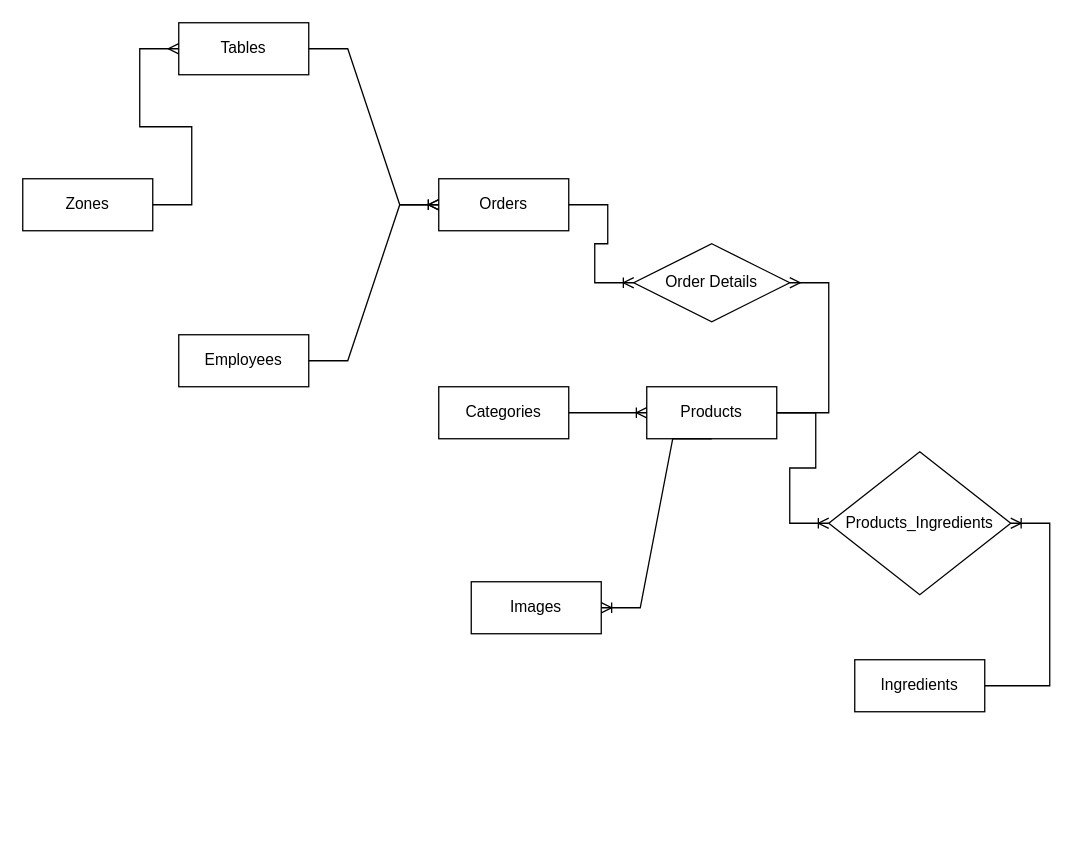
Above: Untitled Diagram.drawio in thanhdatho0/Coffee_Shop_Api (draw.io), before the change. Source tidied: cells renumbered, new cells numbered last; positions are measured from the earlier drawing's top-left corner, leaving out a move shared by most shapes. Both pictures are drawn from the tidied source at 130%, with x=0, y=0 at pixel (22, 22).
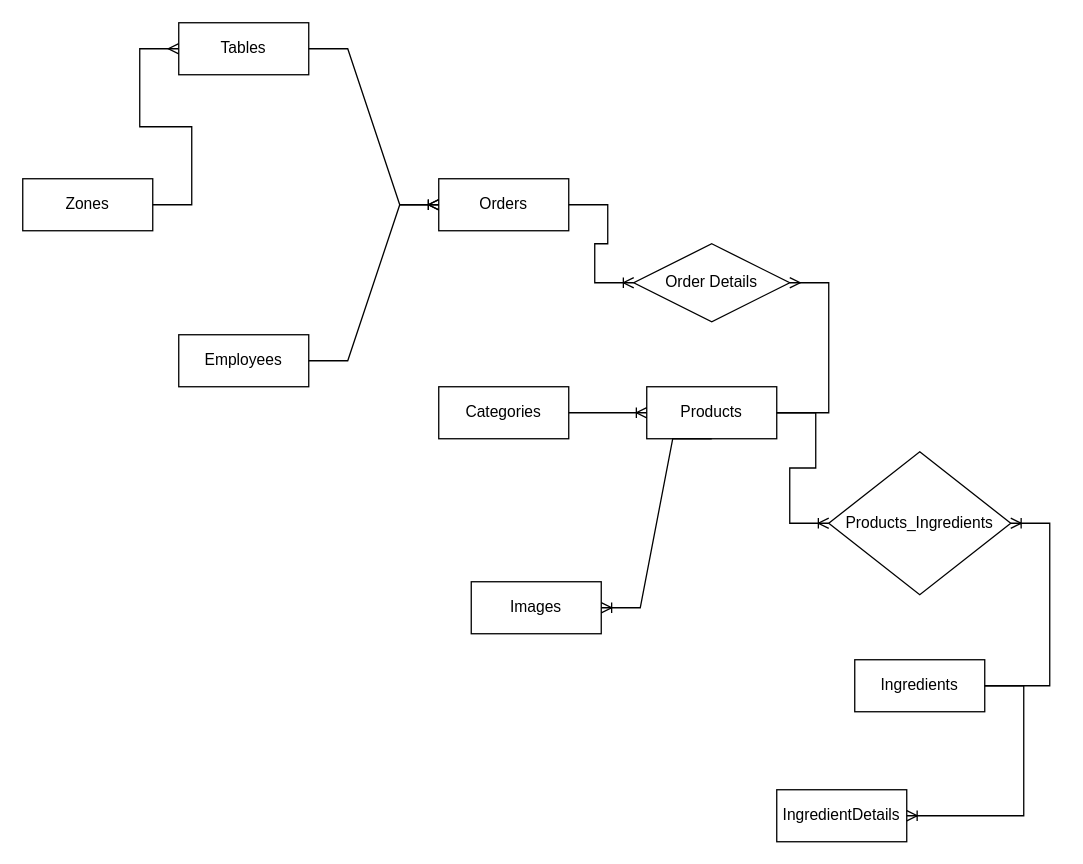
Above is the later version.

Unchanged cells that the change refers to:
```xml
<mxCell id="16" value="Ingredients" style="whiteSpace=wrap;html=1;align=center;" parent="1" vertex="1">
  <mxGeometry x="640" y="490" width="100" height="40" as="geometry" />
</mxCell>
```

Change to the diagram source:
```diff
@@
+    <mxCell id="21" value="IngredientDetails" style="whiteSpace=wrap;html=1;align=center;" parent="1" vertex="1">
+      <mxGeometry x="580" y="590" width="100" height="40" as="geometry" />
+    </mxCell>
+    <mxCell id="22" style="edgeStyle=entityRelationEdgeStyle;fontSize=12;html=1;endArrow=ERoneToMany;rounded=0;" parent="1" edge="1" source="16" target="21">
+      <mxGeometry relative="1" as="geometry" />
+    </mxCell>
```
